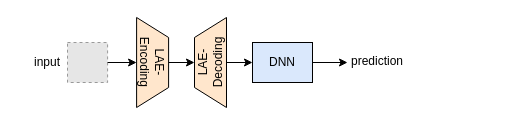
Earlier version of the draw.io diagram page "Page-3" (3 of 3) of Neurips_2026/diagrams.drawio (blaisegenest/vericompensate). Source tidied: cells renumbered, new cells numbered last; positions are measured from the earlier drawing's top-left corner, leaving out a move shared by most shapes. Both pictures are drawn from the tidied source at 100%, with x=0, y=0 at pixel (17, 42). Pictures stored in the file or linked from it are replaced by grey dashed boxes.
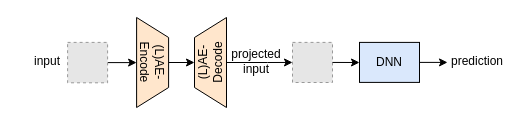
The same page after the edit.

Commit message (it also covers changes not shown here):
LAE pipeline image updated

Diff of the diagram source:
```diff
@@
 <mxGraphModel>
   <root>
     <mxCell id="0" />
     <mxCell id="1" parent="0" />
     <mxCell id="2" style="edgeStyle=orthogonalEdgeStyle;rounded=0;jettySize=auto;html=1;exitX=0.5;exitY=0;exitDx=0;exitDy=0;entryX=0.5;entryY=0;entryDx=0;entryDy=0;" parent="1" edge="1" source="3" target="5">
       <mxGeometry relative="1" as="geometry" />
     </mxCell>
-    <mxCell id="3" value="LAE-&lt;div&gt;Encoding&lt;/div&gt;" style="shape=trapezoid;perimeter=trapezoidPerimeter;whiteSpace=wrap;html=1;fixedSize=1;rotation=90;fillColor=#FFE6CC;strokeColor=#000000;" parent="1" vertex="1">
+    <mxCell id="3" value="(L)AE-&lt;div&gt;Encode&lt;/div&gt;" style="shape=trapezoid;perimeter=trapezoidPerimeter;whiteSpace=wrap;html=1;fixedSize=1;rotation=90;fillColor=#FFE6CC;strokeColor=#000000;" parent="1" vertex="1">
       <mxGeometry x="90.1" y="4" width="90" height="32" as="geometry" />
     </mxCell>
-    <mxCell id="4" style="edgeStyle=orthogonalEdgeStyle;rounded=0;jettySize=auto;html=1;exitX=0.5;exitY=1;exitDx=0;exitDy=0;entryX=0;entryY=0.5;entryDx=0;entryDy=0;" parent="1" edge="1" source="5" target="9">
-      <mxGeometry relative="1" as="geometry" />
-    </mxCell>
+    <mxCell id="12" style="edgeStyle=orthogonalEdgeStyle;rounded=0;jettySize=auto;html=1;exitX=0.5;exitY=1;exitDx=0;exitDy=0;entryX=0;entryY=0.5;entryDx=0;entryDy=0;" parent="1" edge="1" source="5" target="15">
+      <mxGeometry relative="1" as="geometry">
+        <Array as="points">
+          <mxPoint x="250" y="20" />
+          <mxPoint x="250" y="20" />
+        </Array>
+      </mxGeometry>
+    </mxCell>
-    <mxCell id="5" value="LAE-&lt;div&gt;Decoding&lt;/div&gt;" style="shape=trapezoid;perimeter=trapezoidPerimeter;whiteSpace=wrap;html=1;fixedSize=1;rotation=-90;fillColor=#ffe6cc;strokeColor=default;" parent="1" vertex="1">
+    <mxCell id="5" value="(L)AE-&lt;div&gt;Decode&lt;/div&gt;" style="shape=trapezoid;perimeter=trapezoidPerimeter;whiteSpace=wrap;html=1;fixedSize=1;rotation=-90;fillColor=#ffe6cc;strokeColor=default;" parent="1" vertex="1">
       <mxGeometry x="148" y="4" width="90" height="32" as="geometry" />
     </mxCell>
-    <mxCell id="6" style="fillColor=#E6E6E6;strokeColor=#999999;dashed=1;verticalLabelPosition=bottom;verticalAlign=top;" parent="1" vertex="1">
-      <mxGeometry x="50" width="40.1" height="40" as="geometry" />
-    </mxCell>
-    <mxCell id="7" style="edgeStyle=orthogonalEdgeStyle;rounded=0;jettySize=auto;html=1;exitX=1;exitY=0.5;exitDx=0;exitDy=0;entryX=0.5;entryY=1;entryDx=0;entryDy=0;" parent="1" edge="1" source="6" target="3">
+    <mxCell id="7" style="edgeStyle=orthogonalEdgeStyle;rounded=0;jettySize=auto;html=1;exitX=1;exitY=0.5;exitDx=0;exitDy=0;entryX=0.5;entryY=1;entryDx=0;entryDy=0;" parent="1" edge="1" source="13" target="3">
       <mxGeometry relative="1" as="geometry" />
     </mxCell>
-    <mxCell id="8" style="edgeStyle=orthogonalEdgeStyle;rounded=0;jettySize=auto;html=1;exitX=1;exitY=0.5;exitDx=0;exitDy=0;" parent="1" edge="1" source="9">
-      <mxGeometry relative="1" as="geometry">
-        <mxPoint x="330" y="19.9" as="targetPoint" />
-      </mxGeometry>
+    <mxCell id="8" style="edgeStyle=orthogonalEdgeStyle;rounded=0;jettySize=auto;html=1;exitX=1;exitY=0.5;exitDx=0;exitDy=0;entryX=0;entryY=0.5;entryDx=0;entryDy=0;" parent="1" edge="1" source="9" target="11">
+      <mxGeometry relative="1" as="geometry" />
     </mxCell>
     <mxCell id="9" value="DNN" style="rounded=0;whiteSpace=wrap;html=1;fillColor=#dae8fc;strokeColor=default;" parent="1" vertex="1">
-      <mxGeometry x="235" width="60" height="40" as="geometry" />
+      <mxGeometry x="342" y="-0.1" width="60" height="40" as="geometry" />
     </mxCell>
     <mxCell id="10" value="input" style="text;html=1;whiteSpace=wrap;strokeColor=none;fillColor=none;align=center;verticalAlign=middle;rounded=0;" parent="1" vertex="1">
-      <mxGeometry y="5" width="60" height="30" as="geometry" />
+      <mxGeometry y="4" width="60" height="30" as="geometry" />
     </mxCell>
     <mxCell id="11" value="prediction" style="text;html=1;whiteSpace=wrap;strokeColor=none;fillColor=none;align=center;verticalAlign=middle;rounded=0;" parent="1" vertex="1">
-      <mxGeometry x="330" y="4" width="60" height="30" as="geometry" />
+      <mxGeometry x="430" y="4" width="60" height="30" as="geometry" />
     </mxCell>
+    <mxCell id="13" style="fillColor=#E6E6E6;strokeColor=#999999;dashed=1;verticalLabelPosition=bottom;labelBackgroundColor=default;verticalAlign=top;" parent="1" vertex="1">
+      <mxGeometry x="50.1" y="-0.1" width="40" height="40.4" as="geometry" />
+    </mxCell>
+    <mxCell id="14" value="&lt;div&gt;projected&lt;/div&gt;&lt;div&gt;input&lt;/div&gt;" style="text;html=1;whiteSpace=wrap;strokeColor=none;fillColor=none;align=center;verticalAlign=middle;rounded=0;" parent="1" vertex="1">
+      <mxGeometry x="209" y="4" width="60" height="30" as="geometry" />
+    </mxCell>
+    <mxCell id="15" style="fillColor=#E6E6E6;strokeColor=#999999;dashed=1;verticalLabelPosition=bottom;labelBackgroundColor=default;verticalAlign=top;" parent="1" vertex="1">
+      <mxGeometry x="275" y="-0.1" width="40" height="40.1" as="geometry" />
+    </mxCell>
+    <mxCell id="16" style="edgeStyle=orthogonalEdgeStyle;rounded=0;jettySize=auto;html=1;exitX=1;exitY=0.5;exitDx=0;exitDy=0;entryX=0;entryY=0.5;entryDx=0;entryDy=0;startSize=6;" parent="1" edge="1" source="15" target="9">
+      <mxGeometry relative="1" as="geometry" />
+    </mxCell>
   </root>
 </mxGraphModel>
```
